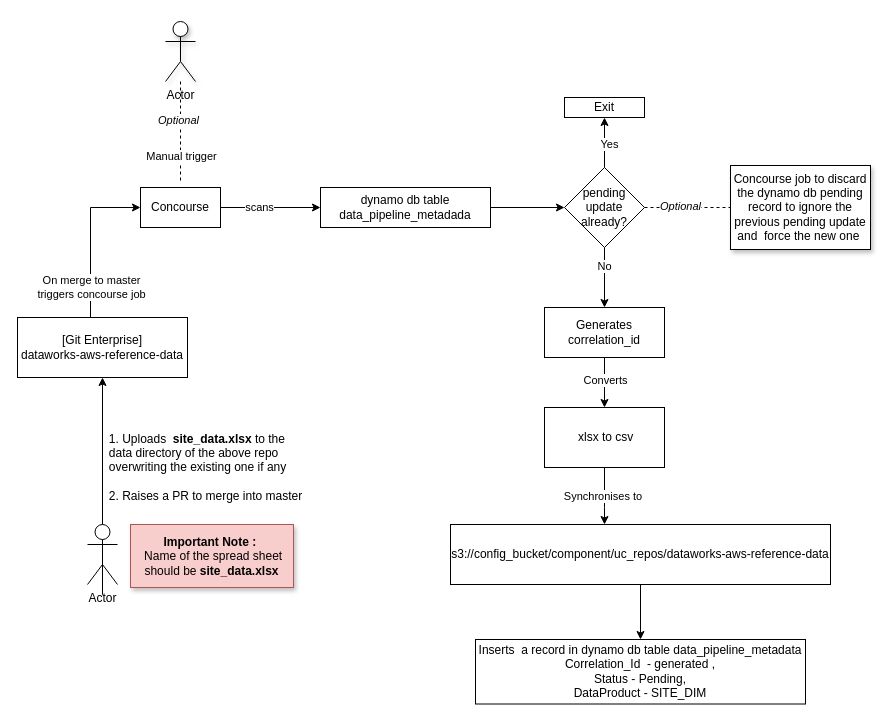
The draw.io diagram Untitled Diagram.drawio in UdayChokkam/diagrams, before the edit. Source tidied: cells renumbered, new cells numbered last; positions are measured from the earlier drawing's top-left corner, leaving out a move shared by most shapes. Both pictures are drawn from the tidied source at 100%, with x=0, y=0 at pixel (17, 21).
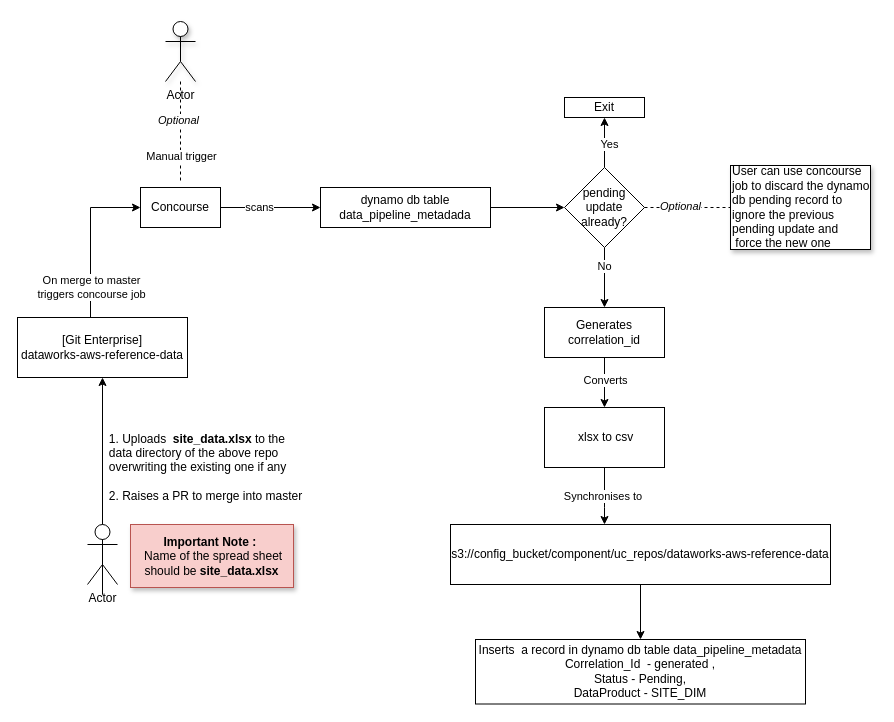
The same diagram, later.

What changed in the source:
```diff
@@
-    <mxCell id="30" value="Concourse job to discard the dynamo db pending record to ignore the previous pending update and &amp;nbsp;force the new one&amp;nbsp;" style="rounded=0;whiteSpace=wrap;html=1;shadow=1;" parent="1" vertex="1">
+    <mxCell id="30" value="User can use concourse job to discard the dynamo db pending record to ignore the previous pending update and &amp;nbsp;force the new one&amp;nbsp;" style="rounded=0;whiteSpace=wrap;html=1;shadow=1;align=left;" parent="1" vertex="1">
       <mxGeometry x="713" y="144" width="140" height="84" as="geometry" />
     </mxCell>
```
